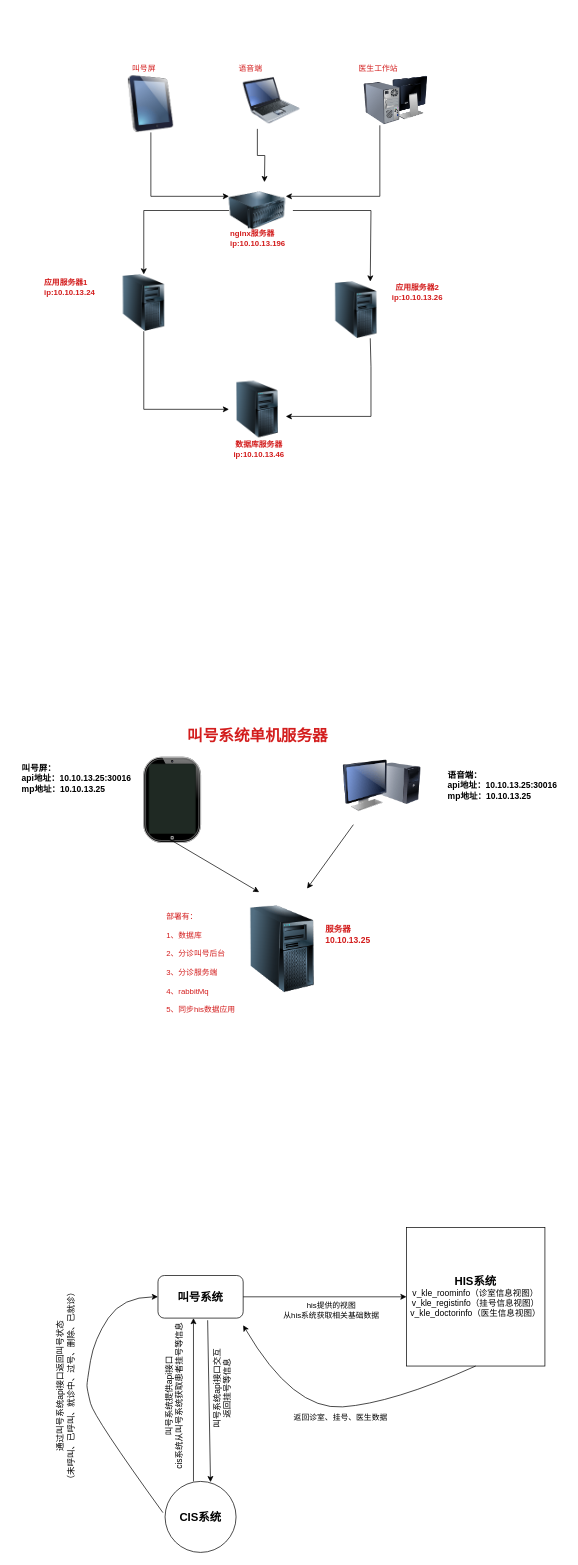
Above: 未命名绘图.drawio in Whdahai/iOSProject (draw.io), before the change. Source tidied: cells renumbered, new cells numbered last; positions are measured from the earlier drawing's top-left corner, leaving out a move shared by most shapes. Both pictures are drawn from the tidied source at 71%, with x=0, y=0 at pixel (12, 58).
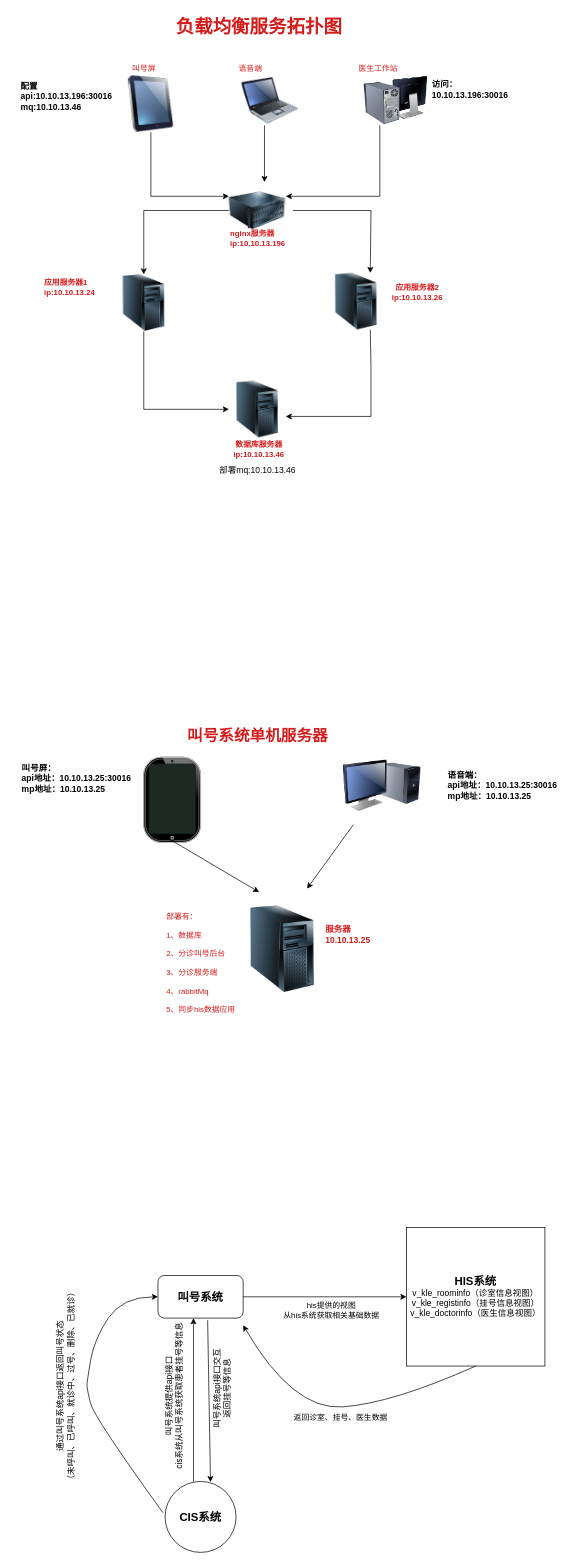
Above is the later version.

Commit message:
2更新未命名绘图.drawio

Change to the diagram source:
```diff
@@
     <mxCell id="27" style="image;html=1;image=img/lib/clip_art/computers/Server_Tower_128x128.png;fontSize=11;fontColor=#d31d1d;" parent="1" vertex="1">
-      <mxGeometry x="444" y="315" width="80" height="80" as="geometry" />
+      <mxGeometry x="444" y="303" width="80" height="80" as="geometry" />
     </mxCell>
@@
-    <mxCell id="35" style="edgeStyle=orthogonalEdgeStyle;rounded=0;jettySize=auto;html=1;exitX=0.25;exitY=1;exitDx=0;exitDy=0;fontSize=11;fontColor=#d31d1d;" parent="1" edge="1" source="36">
+    <mxCell id="35" style="edgeStyle=orthogonalEdgeStyle;rounded=0;orthogonalLoop=1;jettySize=auto;html=1;fontSize=11;fontColor=#d31d1d;" parent="1" edge="1">
       <mxGeometry relative="1" as="geometry">
+        <mxPoint x="355" y="95" as="sourcePoint" />
         <mxPoint x="355" y="175" as="targetPoint" />
+        <Array as="points">
+          <mxPoint x="355" y="100" />
+        </Array>
       </mxGeometry>
     </mxCell>
     <mxCell id="36" style="image;html=1;image=img/lib/clip_art/computers/Laptop_128x128.png;fontSize=11;fontColor=#d31d1d;" parent="1" vertex="1">
-      <mxGeometry x="325" y="20" width="80" height="80" as="geometry" />
+      <mxGeometry x="323" y="20" width="80" height="80" as="geometry" />
     </mxCell>
@@
+    <mxCell id="46" value="负载均衡服务拓扑图" style="text;html=1;align=center;verticalAlign=middle;strokeColor=none;fillColor=none;fontSize=26;fontColor=#d31d1d;fontStyle=1;" parent="1" vertex="1">
+      <mxGeometry x="217" y="-64" width="260" height="40" as="geometry" />
+    </mxCell>
+    <mxCell id="47" value="配置&lt;br&gt;api:10.10.13.196:30016&lt;br&gt;mq:10.10.13.46" style="text;html=1;align=left;verticalAlign=middle;strokeColor=none;fillColor=none;fontSize=12;fontColor=#050505;fontStyle=1;" parent="1" vertex="1">
+      <mxGeometry x="10" y="25" width="150" height="60" as="geometry" />
+    </mxCell>
+    <mxCell id="48" value="访问：&lt;br&gt;10.10.13.196:30016" style="text;html=1;align=left;verticalAlign=middle;strokeColor=none;fillColor=none;fontSize=12;fontColor=#050505;fontStyle=1;" parent="1" vertex="1">
+      <mxGeometry x="589" y="25" width="130" height="40" as="geometry" />
+    </mxCell>
+    <mxCell id="49" value="部署mq:10.10.13.46" style="text;html=1;align=center;verticalAlign=middle;strokeColor=none;fillColor=none;fontSize=12;fontColor=#050505;" parent="1" vertex="1">
+      <mxGeometry x="280" y="566" width="130" height="30" as="geometry" />
+    </mxCell>
```
